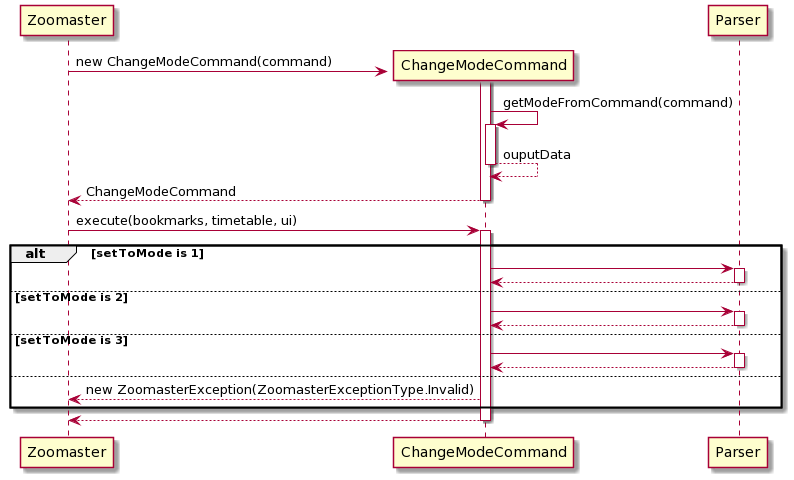
Before: docs/diagrams/ChangeModeCommand seq dia.png, a diagram exported from PlantUML (nus-cs2113-AY2021S1/tp).
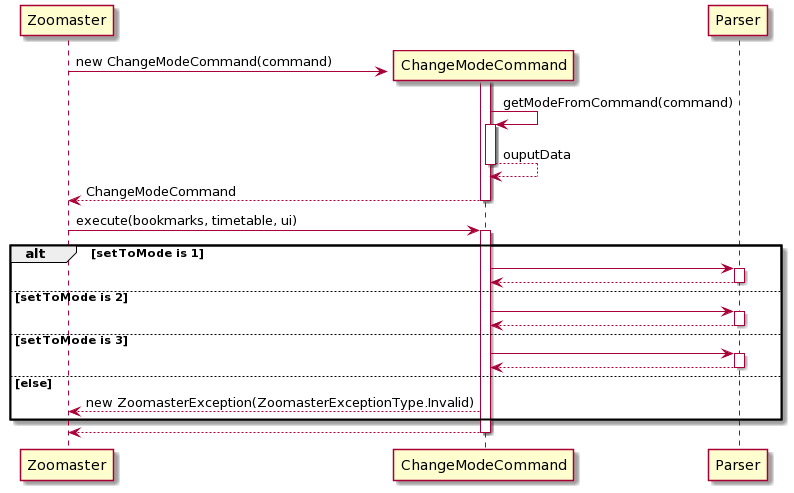
The same diagram one commit later.

Commit message:
Signed-off-by: tys <tanyushing@outlook.sg>

Diff of the diagram source:
```diff
@@ -33,7 +33,8 @@
 Parser --> ChangeModeCommand
 deactivate Parser
 
-else
+
+else else
 
 ChangeModeCommand --> Zoomaster: new ZoomasterException(ZoomasterExceptionType.Invalid)
 
```
